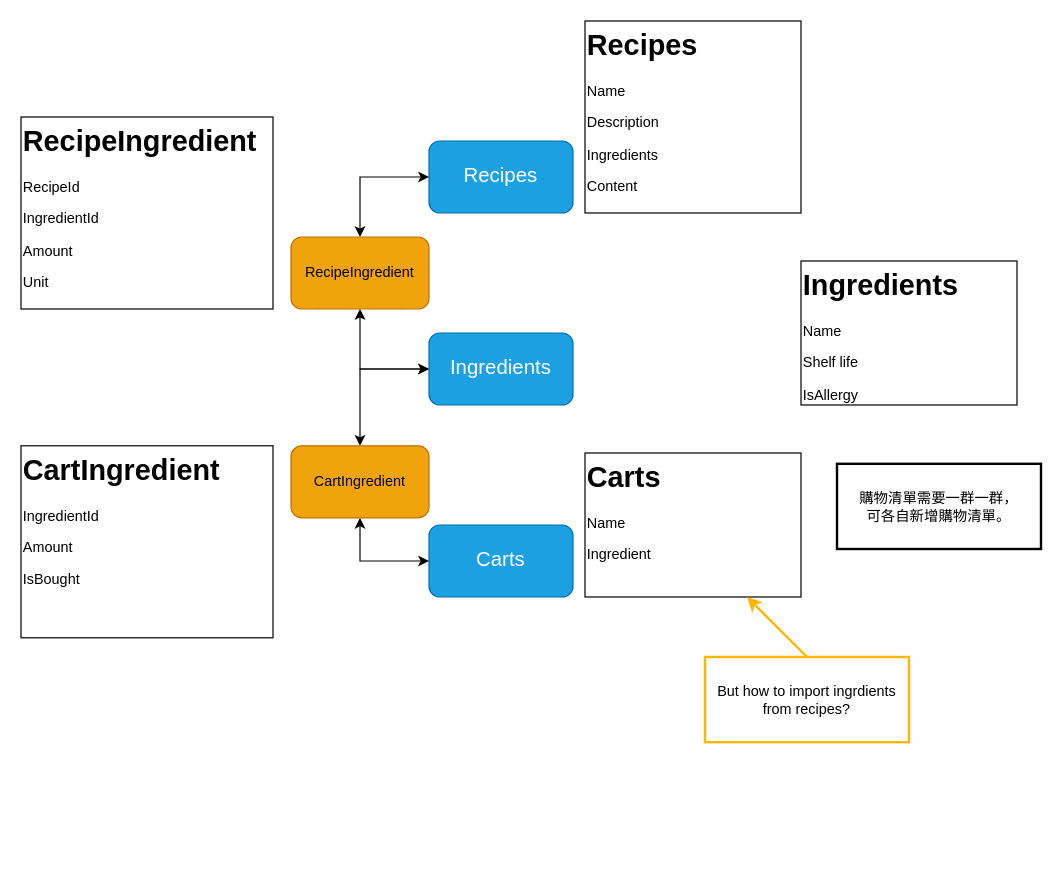
This is GroceryChef.drawio from TanaChu0409/grocery-chef, a draw.io file, before an edit. Source tidied: cells renumbered, new cells numbered last; positions are measured from the earlier drawing's top-left corner, leaving out a move shared by most shapes. Both pictures are drawn from the tidied source at 120%, with x=0, y=0 at pixel (20, 20).
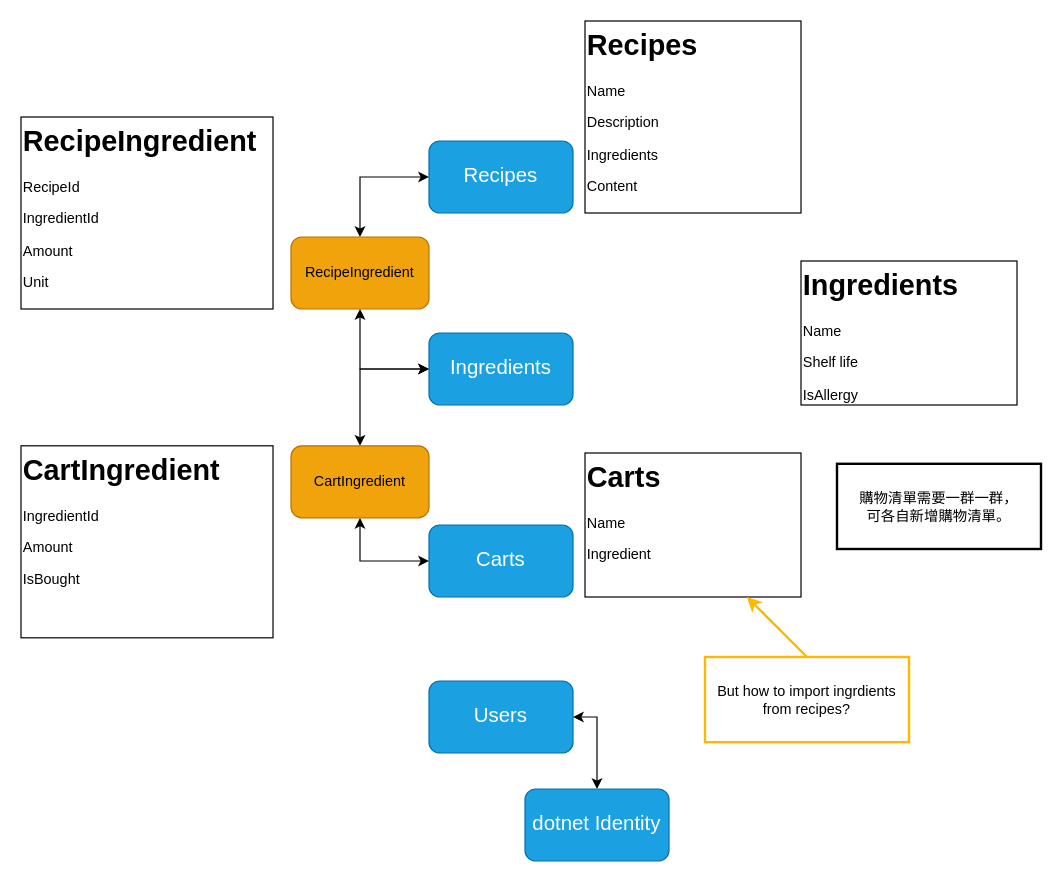
The same diagram, later.

Diff of the diagram source:
```diff
@@
+    <mxCell id="19" value="Users" style="rounded=1;whiteSpace=wrap;html=1;fillColor=#1ba1e2;fontColor=#ffffff;strokeColor=#006EAF;fontSize=17;" parent="1" vertex="1">
+      <mxGeometry x="340" y="550" width="120" height="60" as="geometry" />
+    </mxCell>
+    <mxCell id="20" style="edgeStyle=orthogonalEdgeStyle;rounded=0;jettySize=auto;html=1;exitX=0.5;exitY=0;exitDx=0;exitDy=0;entryX=1;entryY=0.5;entryDx=0;entryDy=0;startArrow=classic;startFill=1;" parent="1" edge="1" source="21" target="19">
+      <mxGeometry relative="1" as="geometry" />
+    </mxCell>
+    <mxCell id="21" value="dotnet Identity" style="rounded=1;whiteSpace=wrap;html=1;fillColor=#1ba1e2;fontColor=#ffffff;strokeColor=#006EAF;fontSize=17;" parent="1" vertex="1">
+      <mxGeometry x="420" y="640" width="120" height="60" as="geometry" />
+    </mxCell>
```
